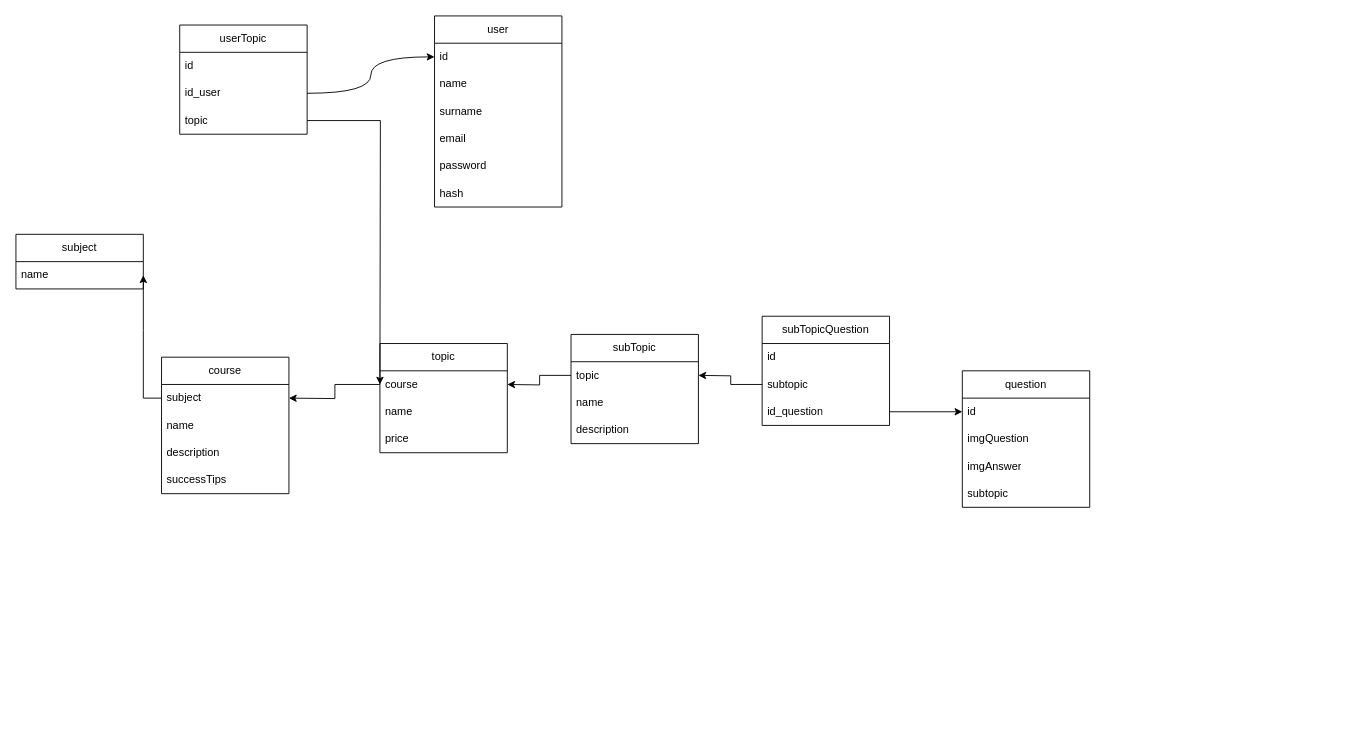
The draw.io diagram bd.drawio in Tilekbeki/EducationPlatform, before the edit. Source tidied: cells renumbered, new cells numbered last; positions are measured from the earlier drawing's top-left corner, leaving out a move shared by most shapes. Both pictures are drawn from the tidied source at 91%, with x=0, y=0 at pixel (15, 15).
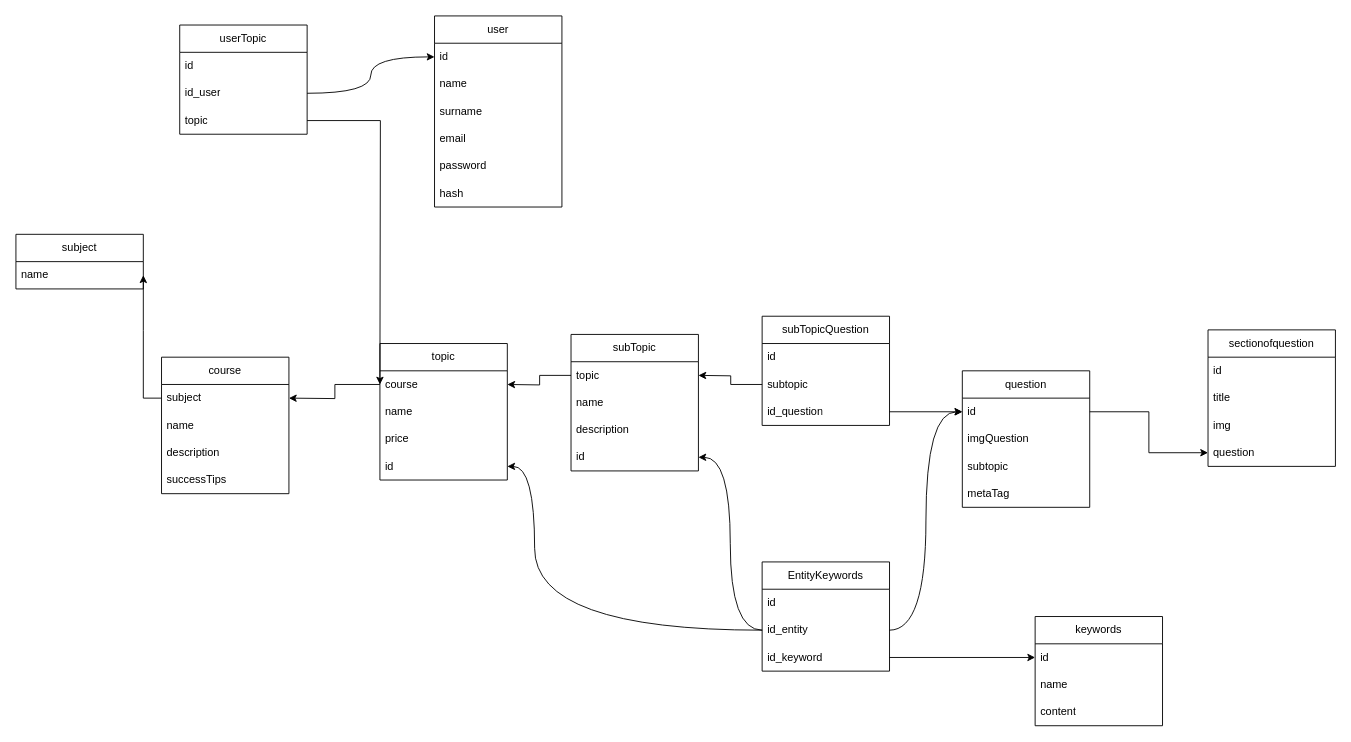
The same diagram, later.

Unchanged cells that the change refers to:
```xml
<mxCell id="24" value="question" style="swimlane;fontStyle=0;horizontal=1;startSize=30;whiteSpace=wrap;html=1;" parent="1" vertex="1">
  <mxGeometry x="1040" y="390" width="140" height="150" as="geometry" />
</mxCell>
<mxCell id="25" value="id" style="text;strokeColor=none;fillColor=none;align=left;verticalAlign=middle;spacingLeft=4;spacingRight=4;overflow=hidden;points=[[0,0.5],[1,0.5]];portConstraint=eastwest;whiteSpace=wrap;html=1;" parent="24" vertex="1">
  <mxGeometry y="30" width="140" height="30" as="geometry" />
</mxCell>
```

The edit, as a diff of the source:
```diff
@@
     <mxCell id="16" value="topic" style="swimlane;fontStyle=0;horizontal=1;startSize=30;whiteSpace=wrap;html=1;" parent="1" vertex="1">
-      <mxGeometry x="400" y="360" width="140" height="120" as="geometry" />
+      <mxGeometry x="400" y="360" width="140" height="150" as="geometry" />
     </mxCell>
@@
+    <mxCell id="44" value="id" style="text;strokeColor=none;fillColor=none;align=left;verticalAlign=middle;spacingLeft=4;spacingRight=4;overflow=hidden;points=[[0,0.5],[1,0.5]];portConstraint=eastwest;whiteSpace=wrap;html=1;" parent="16" vertex="1">
+      <mxGeometry y="120" width="140" height="30" as="geometry" />
+    </mxCell>
     <mxCell id="20" value="subTopic" style="swimlane;fontStyle=0;horizontal=1;startSize=30;whiteSpace=wrap;html=1;" parent="1" vertex="1">
-      <mxGeometry x="610" y="350" width="140" height="120" as="geometry" />
+      <mxGeometry x="610" y="350" width="140" height="150" as="geometry" />
     </mxCell>
@@
+    <mxCell id="45" value="id" style="text;strokeColor=none;fillColor=none;align=left;verticalAlign=middle;spacingLeft=4;spacingRight=4;overflow=hidden;points=[[0,0.5],[1,0.5]];portConstraint=eastwest;whiteSpace=wrap;html=1;" parent="20" vertex="1">
+      <mxGeometry y="120" width="140" height="30" as="geometry" />
+    </mxCell>
@@
-    <mxCell id="27" value="imgAnswer" style="text;strokeColor=none;fillColor=none;align=left;verticalAlign=middle;spacingLeft=4;spacingRight=4;overflow=hidden;whiteSpace=wrap;html=1;" parent="24" vertex="1">
-      <mxGeometry y="90" width="140" height="30" as="geometry" />
-    </mxCell>
     <mxCell id="28" value="subtopic" style="text;strokeColor=none;fillColor=none;align=left;verticalAlign=middle;spacingLeft=4;spacingRight=4;overflow=hidden;whiteSpace=wrap;html=1;" parent="24" vertex="1">
-      <mxGeometry y="120" width="140" height="30" as="geometry" />
+      <mxGeometry y="90" width="140" height="30" as="geometry" />
     </mxCell>
+    <mxCell id="46" value="metaTag" style="text;strokeColor=none;fillColor=none;align=left;verticalAlign=middle;spacingLeft=4;spacingRight=4;overflow=hidden;whiteSpace=wrap;html=1;" parent="24" vertex="1">
+      <mxGeometry y="120" width="140" height="30" as="geometry" />
+    </mxCell>
@@
+    <mxCell id="47" value="sectionofquestion" style="swimlane;fontStyle=0;horizontal=1;startSize=30;whiteSpace=wrap;html=1;" parent="1" vertex="1">
+      <mxGeometry x="1310" y="345" width="140" height="150" as="geometry" />
+    </mxCell>
+    <mxCell id="48" value="id" style="text;strokeColor=none;fillColor=none;align=left;verticalAlign=middle;spacingLeft=4;spacingRight=4;overflow=hidden;whiteSpace=wrap;html=1;" parent="47" vertex="1">
+      <mxGeometry y="30" width="140" height="30" as="geometry" />
+    </mxCell>
+    <mxCell id="49" value="title" style="text;strokeColor=none;fillColor=none;align=left;verticalAlign=middle;spacingLeft=4;spacingRight=4;overflow=hidden;whiteSpace=wrap;html=1;" parent="47" vertex="1">
+      <mxGeometry y="60" width="140" height="30" as="geometry" />
+    </mxCell>
+    <mxCell id="50" value="img" style="text;strokeColor=none;fillColor=none;align=left;verticalAlign=middle;spacingLeft=4;spacingRight=4;overflow=hidden;whiteSpace=wrap;html=1;" parent="47" vertex="1">
+      <mxGeometry y="90" width="140" height="30" as="geometry" />
+    </mxCell>
+    <mxCell id="51" value="question" style="text;strokeColor=none;fillColor=none;align=left;verticalAlign=middle;spacingLeft=4;spacingRight=4;overflow=hidden;points=[[0,0.5],[1,0.5]];portConstraint=eastwest;whiteSpace=wrap;html=1;" parent="47" vertex="1">
+      <mxGeometry y="120" width="140" height="30" as="geometry" />
+    </mxCell>
+    <mxCell id="52" style="edgeStyle=orthogonalEdgeStyle;rounded=0;jettySize=auto;html=1;entryX=0;entryY=0.5;entryDx=0;entryDy=0;" parent="1" edge="1" source="25" target="51">
+      <mxGeometry relative="1" as="geometry" />
+    </mxCell>
+    <mxCell id="53" value="keywords" style="swimlane;fontStyle=0;horizontal=1;startSize=30;whiteSpace=wrap;html=1;" parent="1" vertex="1">
+      <mxGeometry x="1120" y="660" width="140" height="120" as="geometry" />
+    </mxCell>
+    <mxCell id="54" value="id" style="text;strokeColor=none;fillColor=none;align=left;verticalAlign=middle;spacingLeft=4;spacingRight=4;overflow=hidden;points=[[0,0.5],[1,0.5]];portConstraint=eastwest;whiteSpace=wrap;html=1;" parent="53" vertex="1">
+      <mxGeometry y="30" width="140" height="30" as="geometry" />
+    </mxCell>
+    <mxCell id="55" value="name" style="text;strokeColor=none;fillColor=none;align=left;verticalAlign=middle;spacingLeft=4;spacingRight=4;overflow=hidden;whiteSpace=wrap;html=1;" parent="53" vertex="1">
+      <mxGeometry y="60" width="140" height="30" as="geometry" />
+    </mxCell>
+    <mxCell id="56" value="content" style="text;strokeColor=none;fillColor=none;align=left;verticalAlign=middle;spacingLeft=4;spacingRight=4;overflow=hidden;whiteSpace=wrap;html=1;" parent="53" vertex="1">
+      <mxGeometry y="90" width="140" height="30" as="geometry" />
+    </mxCell>
+    <mxCell id="57" value="EntityKeywords" style="swimlane;fontStyle=0;horizontal=1;startSize=30;whiteSpace=wrap;html=1;" parent="1" vertex="1">
+      <mxGeometry x="820" y="600" width="140" height="120" as="geometry" />
+    </mxCell>
+    <mxCell id="58" value="id" style="text;strokeColor=none;fillColor=none;align=left;verticalAlign=middle;spacingLeft=4;spacingRight=4;overflow=hidden;whiteSpace=wrap;html=1;" parent="57" vertex="1">
+      <mxGeometry y="30" width="140" height="30" as="geometry" />
+    </mxCell>
+    <mxCell id="59" value="id_entity" style="text;strokeColor=none;fillColor=none;align=left;verticalAlign=middle;spacingLeft=4;spacingRight=4;overflow=hidden;points=[[0,0.5],[1,0.5]];portConstraint=eastwest;whiteSpace=wrap;html=1;" parent="57" vertex="1">
+      <mxGeometry y="60" width="140" height="30" as="geometry" />
+    </mxCell>
+    <mxCell id="60" value="id_keyword" style="text;strokeColor=none;fillColor=none;align=left;verticalAlign=middle;spacingLeft=4;spacingRight=4;overflow=hidden;points=[[0,0.5],[1,0.5]];portConstraint=eastwest;whiteSpace=wrap;html=1;" parent="57" vertex="1">
+      <mxGeometry y="90" width="140" height="30" as="geometry" />
+    </mxCell>
+    <mxCell id="61" style="edgeStyle=orthogonalEdgeStyle;rounded=0;jettySize=auto;html=1;curved=1;" parent="1" edge="1" source="59" target="44">
+      <mxGeometry relative="1" as="geometry">
+        <Array as="points">
+          <mxPoint x="570" y="675" />
+          <mxPoint x="570" y="495" />
+        </Array>
+      </mxGeometry>
+    </mxCell>
+    <mxCell id="62" style="edgeStyle=orthogonalEdgeStyle;rounded=0;jettySize=auto;html=1;curved=1;" parent="1" edge="1" source="59" target="45">
+      <mxGeometry relative="1" as="geometry" />
+    </mxCell>
+    <mxCell id="63" style="edgeStyle=orthogonalEdgeStyle;rounded=0;jettySize=auto;html=1;entryX=0;entryY=0.5;entryDx=0;entryDy=0;curved=1;" parent="1" edge="1" source="59" target="25">
+      <mxGeometry relative="1" as="geometry" />
+    </mxCell>
+    <mxCell id="64" style="edgeStyle=orthogonalEdgeStyle;rounded=0;jettySize=auto;html=1;" parent="1" edge="1" source="60" target="54">
+      <mxGeometry relative="1" as="geometry" />
+    </mxCell>
```
